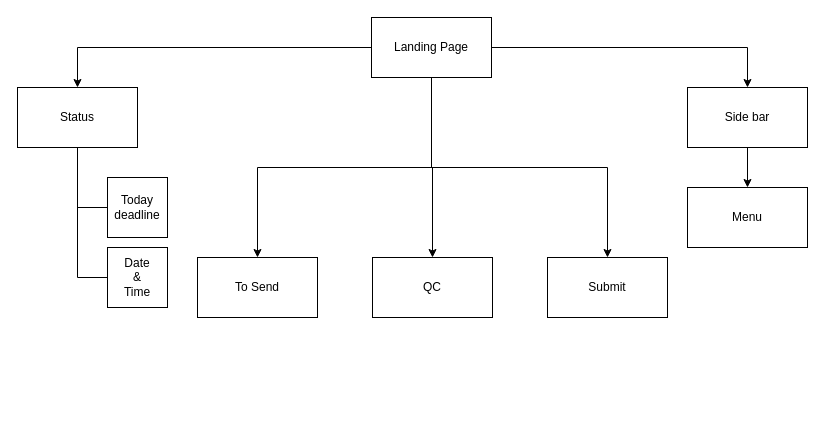
pugtooone/IHS keeps this draw.io diagram as page "Page-2" (2 of 2) of python/IHS Class Diagram.drawio. Above is the earlier version. Source tidied: cells renumbered, new cells numbered last; positions are measured from the earlier drawing's top-left corner, leaving out a move shared by most shapes. Both pictures are drawn from the tidied source at 100%, with x=0, y=0 at pixel (17, 17).
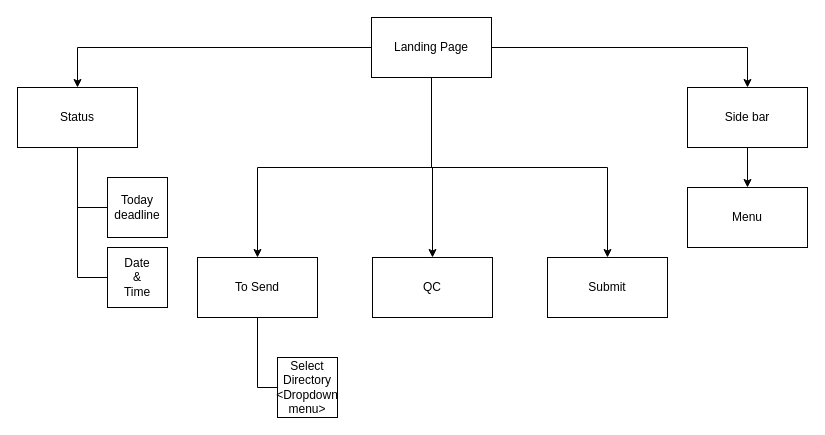
The same page after the edit.

Unchanged cells that the change refers to:
```xml
<mxCell id="14" value="To Send" style="rounded=0;whiteSpace=wrap;html=1;" parent="1" vertex="1">
  <mxGeometry x="180" y="240" width="120" height="60" as="geometry" />
</mxCell>
```

Diff of the diagram source:
```diff
@@
+    <mxCell id="19" style="edgeStyle=orthogonalEdgeStyle;rounded=0;jettySize=auto;html=1;entryX=0;entryY=0.5;entryDx=0;entryDy=0;endArrow=none;endFill=0;" parent="1" edge="1" source="14" target="20">
+      <mxGeometry relative="1" as="geometry" />
+    </mxCell>
@@
+    <mxCell id="20" value="Select Directory&lt;br&gt;&amp;lt;Dropdown&lt;br&gt;menu&amp;gt;" style="whiteSpace=wrap;html=1;" parent="1" vertex="1">
+      <mxGeometry x="260" y="340" width="60" height="60" as="geometry" />
+    </mxCell>
```
